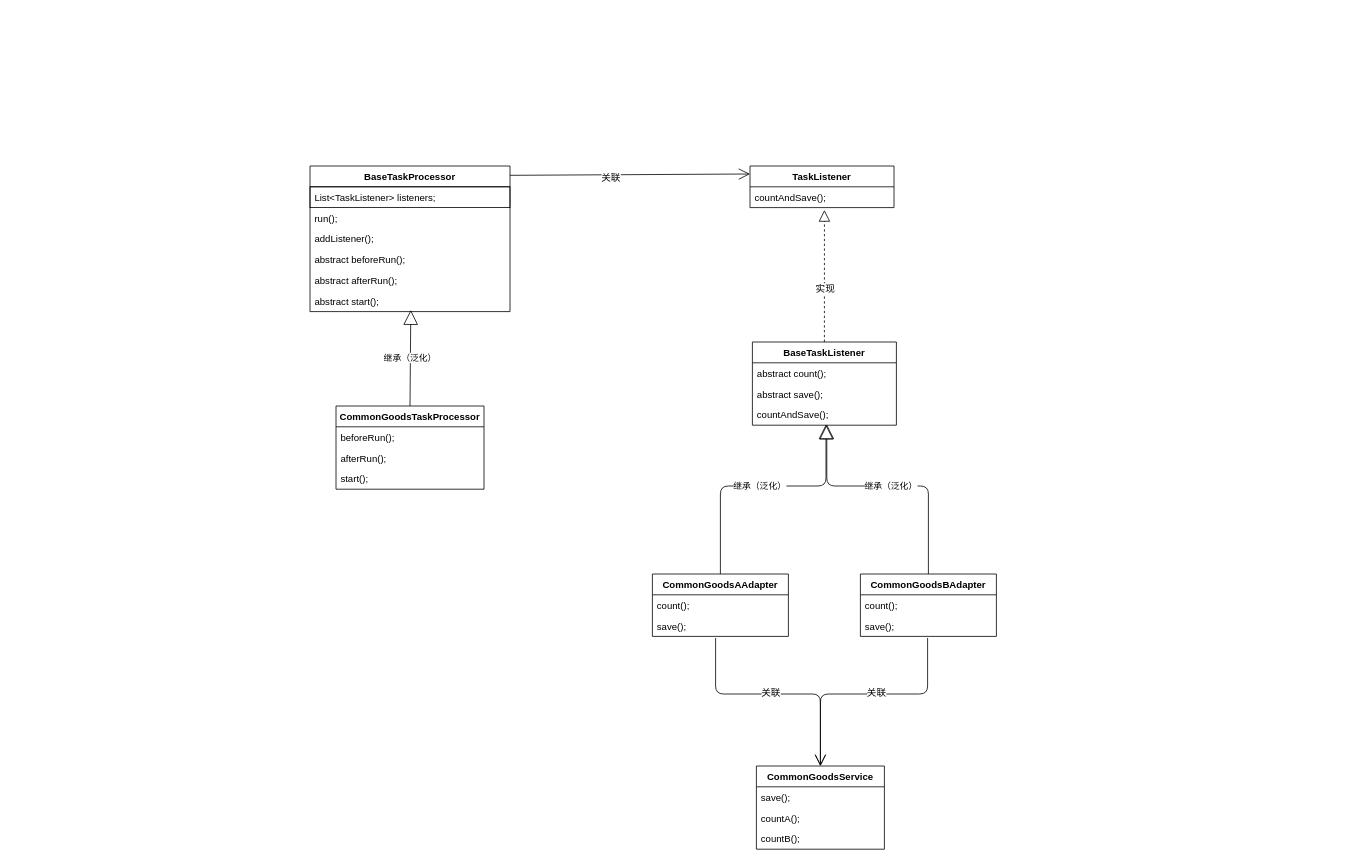
Earlier version of the draw.io diagram zzp.design.schedule.task/src/main/resources/UML类图/定时任务类图.drawio (karyzeng/share-design). Source tidied: cells renumbered, new cells numbered last; positions are measured from the earlier drawing's top-left corner, leaving out a move shared by most shapes. Both pictures are drawn from the tidied source at 80%, with x=0, y=0 at pixel (310, 166).
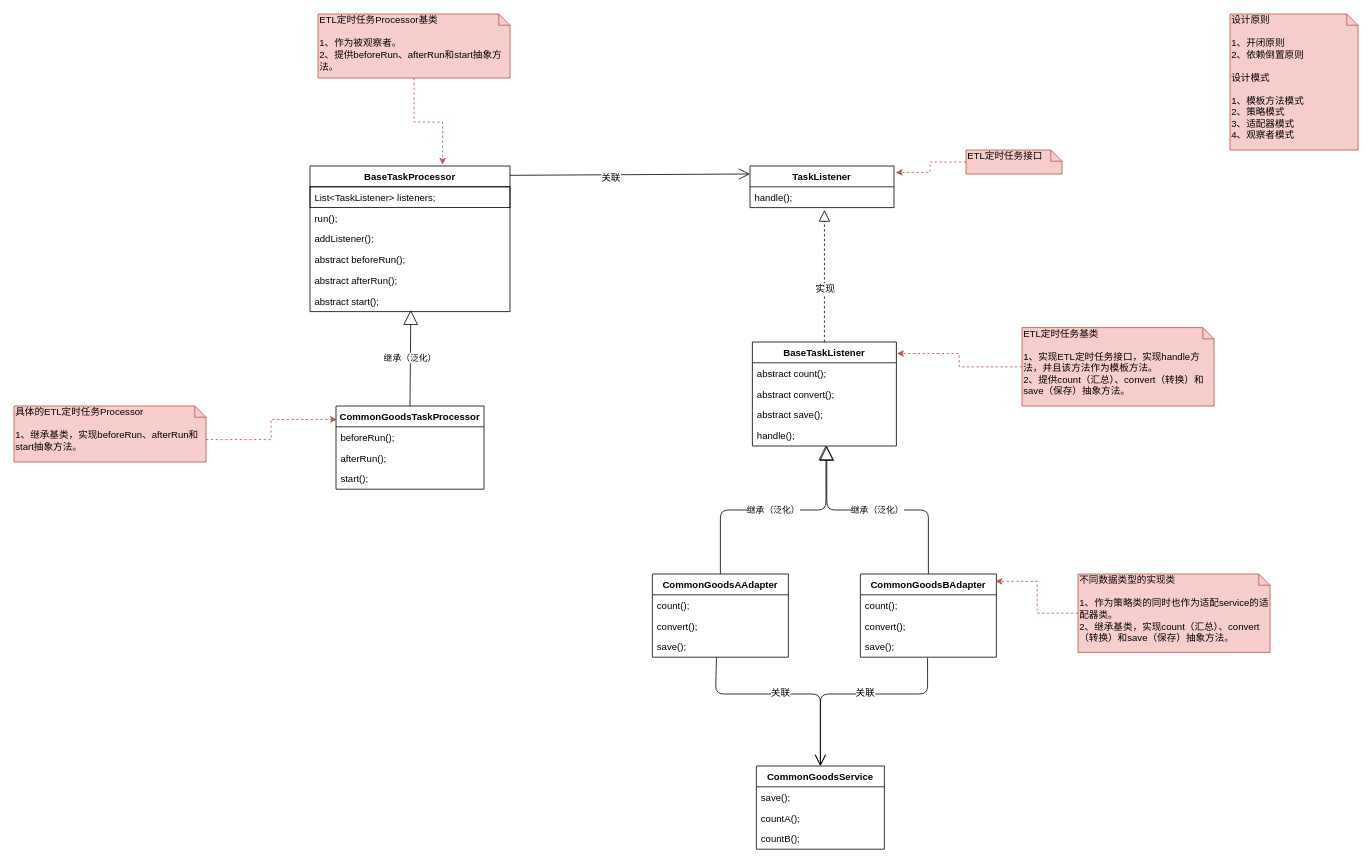
After the change.

Unchanged cells that the change refers to:
```xml
<mxCell id="2" value="BaseTaskProcessor" style="swimlane;fontStyle=1;align=center;verticalAlign=top;horizontal=1;startSize=26;" parent="1" vertex="1">
  <mxGeometry width="250" height="182" as="geometry" />
</mxCell>
<mxCell id="9" value="TaskListener" style="swimlane;fontStyle=1;align=center;verticalAlign=top;horizontal=1;startSize=26;" parent="1" vertex="1">
  <mxGeometry x="550" width="180" height="52" as="geometry" />
</mxCell>
<mxCell id="11" value="CommonGoodsService" style="swimlane;fontStyle=1;align=center;verticalAlign=top;horizontal=1;startSize=26;strokeColor=#000000;" parent="1" vertex="1">
  <mxGeometry x="558" y="750" width="160" height="104" as="geometry" />
</mxCell>
<mxCell id="27" value="CommonGoodsTaskProcessor" style="swimlane;fontStyle=1;align=center;verticalAlign=top;horizontal=1;startSize=26;strokeColor=#000000;" parent="1" vertex="1">
  <mxGeometry x="32.5" y="300" width="185" height="104" as="geometry" />
</mxCell>
```

Change to the diagram source:
```diff
@@
-    <mxCell id="10" value="countAndSave();" style="text;strokeColor=none;fillColor=none;align=left;verticalAlign=top;spacingLeft=4;spacingRight=4;overflow=hidden;points=[[0,0.5],[1,0.5]];portConstraint=eastwest;" parent="9" vertex="1">
+    <mxCell id="10" value="handle();" style="text;strokeColor=none;fillColor=none;align=left;verticalAlign=top;spacingLeft=4;spacingRight=4;overflow=hidden;points=[[0,0.5],[1,0.5]];portConstraint=eastwest;" parent="9" vertex="1">
       <mxGeometry y="26" width="180" height="26" as="geometry" />
     </mxCell>
@@
     <mxCell id="15" value="CommonGoodsAAdapter" style="swimlane;fontStyle=1;align=center;verticalAlign=top;horizontal=1;startSize=26;strokeColor=#000000;" parent="1" vertex="1">
-      <mxGeometry x="428" y="510" width="170" height="78" as="geometry" />
+      <mxGeometry x="428" y="510" width="170" height="104" as="geometry" />
     </mxCell>
@@
+    <mxCell id="40" value="convert();" style="text;strokeColor=none;fillColor=none;align=left;verticalAlign=top;spacingLeft=4;spacingRight=4;overflow=hidden;" parent="15" vertex="1">
+      <mxGeometry y="52" width="170" height="26" as="geometry" />
+    </mxCell>
     <mxCell id="17" value="save();" style="text;strokeColor=none;fillColor=none;align=left;verticalAlign=top;spacingLeft=4;spacingRight=4;overflow=hidden;points=[[0,0.5],[1,0.5]];portConstraint=eastwest;" parent="15" vertex="1">
-      <mxGeometry y="52" width="170" height="26" as="geometry" />
+      <mxGeometry y="78" width="170" height="26" as="geometry" />
     </mxCell>
     <mxCell id="18" value="CommonGoodsBAdapter" style="swimlane;fontStyle=1;align=center;verticalAlign=top;horizontal=1;startSize=26;strokeColor=#000000;" parent="1" vertex="1">
-      <mxGeometry x="688" y="510" width="170" height="78" as="geometry" />
+      <mxGeometry x="688" y="510" width="170" height="104" as="geometry" />
     </mxCell>
@@
+    <mxCell id="41" value="convert();" style="text;strokeColor=none;fillColor=none;align=left;verticalAlign=top;spacingLeft=4;spacingRight=4;overflow=hidden;" parent="18" vertex="1">
+      <mxGeometry y="52" width="170" height="26" as="geometry" />
+    </mxCell>
     <mxCell id="20" value="save();" style="text;strokeColor=none;fillColor=none;align=left;verticalAlign=top;spacingLeft=4;spacingRight=4;overflow=hidden;points=[[0,0.5],[1,0.5]];portConstraint=eastwest;" parent="18" vertex="1">
-      <mxGeometry y="52" width="170" height="26" as="geometry" />
+      <mxGeometry y="78" width="170" height="26" as="geometry" />
     </mxCell>
@@
-    <mxCell id="23" style="endArrow=open;endFill=1;endSize=12;html=1;entryX=0.5;entryY=0;entryDx=0;entryDy=0;" parent="1" edge="1" target="11">
+    <mxCell id="23" style="endArrow=open;endFill=1;endSize=12;html=1;entryX=0.5;entryY=0;entryDx=0;entryDy=0;exitX=0.471;exitY=1;exitDx=0;exitDy=0;exitPerimeter=0;" parent="1" edge="1" source="17" target="11">
       <mxGeometry relative="1" as="geometry">
-        <mxPoint x="507" y="590" as="sourcePoint" />
         <Array as="points">
           <mxPoint x="507" y="660" />
           <mxPoint x="638" y="660" />
         </Array>
       </mxGeometry>
     </mxCell>
@@
-    <mxCell id="25" style="endArrow=open;endFill=1;endSize=12;html=1;" parent="1" edge="1">
+    <mxCell id="25" style="endArrow=open;endFill=1;endSize=12;html=1;exitX=0.494;exitY=1.038;exitDx=0;exitDy=0;exitPerimeter=0;" parent="1" edge="1" source="20">
       <mxGeometry relative="1" as="geometry">
-        <mxPoint x="772" y="590" as="sourcePoint" />
         <mxPoint x="638" y="750" as="targetPoint" />
         <Array as="points">
           <mxPoint x="772" y="660" />
           <mxPoint x="638" y="660" />
         </Array>
       </mxGeometry>
     </mxCell>
@@
     <mxCell id="32" value="BaseTaskListener" style="swimlane;fontStyle=1;align=center;verticalAlign=top;horizontal=1;startSize=26;" parent="1" vertex="1">
-      <mxGeometry x="553" y="220" width="180" height="104" as="geometry" />
+      <mxGeometry x="553" y="220" width="180" height="130" as="geometry" />
     </mxCell>
@@
+    <mxCell id="42" value="abstract convert();" style="text;strokeColor=none;fillColor=none;align=left;verticalAlign=top;spacingLeft=4;spacingRight=4;overflow=hidden;" parent="32" vertex="1">
+      <mxGeometry y="52" width="180" height="26" as="geometry" />
+    </mxCell>
     <mxCell id="34" value="abstract save();" style="text;strokeColor=none;fillColor=none;align=left;verticalAlign=top;spacingLeft=4;spacingRight=4;overflow=hidden;" parent="32" vertex="1">
-      <mxGeometry y="52" width="180" height="26" as="geometry" />
+      <mxGeometry y="78" width="180" height="26" as="geometry" />
     </mxCell>
-    <mxCell id="35" value="countAndSave();" style="text;strokeColor=none;fillColor=none;align=left;verticalAlign=top;spacingLeft=4;spacingRight=4;overflow=hidden;points=[[0,0.5],[1,0.5]];portConstraint=eastwest;" parent="32" vertex="1">
-      <mxGeometry y="78" width="180" height="26" as="geometry" />
+    <mxCell id="35" value="handle();" style="text;strokeColor=none;fillColor=none;align=left;verticalAlign=top;spacingLeft=4;spacingRight=4;overflow=hidden;points=[[0,0.5],[1,0.5]];portConstraint=eastwest;" parent="32" vertex="1">
+      <mxGeometry y="104" width="180" height="26" as="geometry" />
     </mxCell>
@@
     <mxCell id="38" value="继承（泛化）" style="endArrow=block;endSize=16;endFill=0;html=1;entryX=0.511;entryY=0.962;entryDx=0;entryDy=0;entryPerimeter=0;exitX=0.5;exitY=0;exitDx=0;exitDy=0;" parent="1" edge="1" source="15" target="35">
       <mxGeometry relative="1" as="geometry">
         <Array as="points">
-          <mxPoint x="513" y="400" />
-          <mxPoint x="645" y="400" />
+          <mxPoint x="513" y="430" />
+          <mxPoint x="645" y="430" />
         </Array>
       </mxGeometry>
     </mxCell>
     <mxCell id="39" value="继承（泛化）" style="endArrow=block;endSize=16;endFill=0;html=1;exitX=0.5;exitY=0;exitDx=0;exitDy=0;" parent="1" edge="1" source="18">
       <mxGeometry relative="1" as="geometry">
-        <mxPoint x="646" y="323" as="targetPoint" />
+        <mxPoint x="646" y="350" as="targetPoint" />
         <Array as="points">
-          <mxPoint x="773" y="400" />
-          <mxPoint x="646" y="400" />
+          <mxPoint x="773" y="430" />
+          <mxPoint x="646" y="430" />
         </Array>
       </mxGeometry>
     </mxCell>
+    <mxCell id="43" style="edgeStyle=orthogonalEdgeStyle;rounded=0;jettySize=auto;html=1;exitX=0;exitY=0.5;exitDx=0;exitDy=0;exitPerimeter=0;entryX=1.012;entryY=0.154;entryDx=0;entryDy=0;entryPerimeter=0;dashed=1;fillColor=#f8cecc;strokeColor=#b85450;" parent="1" edge="1" source="44" target="9">
+      <mxGeometry relative="1" as="geometry" />
+    </mxCell>
+    <mxCell id="44" value="ETL定时任务接口" style="shape=note;whiteSpace=wrap;html=1;size=14;verticalAlign=top;align=left;spacingTop=-6;fillColor=#f8cecc;strokeColor=#b85450;" parent="1" vertex="1">
+      <mxGeometry x="820" y="-20" width="120" height="30" as="geometry" />
+    </mxCell>
+    <mxCell id="45" style="edgeStyle=orthogonalEdgeStyle;rounded=0;jettySize=auto;html=1;exitX=0;exitY=0.5;exitDx=0;exitDy=0;exitPerimeter=0;entryX=1.004;entryY=0.111;entryDx=0;entryDy=0;entryPerimeter=0;dashed=1;fillColor=#f8cecc;strokeColor=#b85450;" parent="1" edge="1" source="46" target="32">
+      <mxGeometry relative="1" as="geometry" />
+    </mxCell>
+    <mxCell id="46" value="ETL定时任务基类&lt;br&gt;&lt;br&gt;1、实现ETL定时任务接口，实现handle方法，并且该方法作为模板方法。&lt;br&gt;2、提供count（汇总）、convert（转换）和save（保存）抽象方法。" style="shape=note;whiteSpace=wrap;html=1;size=14;verticalAlign=top;align=left;spacingTop=-6;fillColor=#f8cecc;strokeColor=#b85450;" parent="1" vertex="1">
+      <mxGeometry x="890" y="202" width="240" height="98" as="geometry" />
+    </mxCell>
+    <mxCell id="47" value="设计原则&lt;br&gt;&lt;br&gt;1、开闭原则&lt;br&gt;2、依赖倒置原则&lt;br&gt;&lt;br&gt;设计模式&lt;br&gt;&lt;br&gt;1、模板方法模式&lt;br&gt;2、策略模式&lt;br&gt;3、适配器模式&lt;br&gt;4、观察者模式" style="shape=note;whiteSpace=wrap;html=1;size=14;verticalAlign=top;align=left;spacingTop=-6;fillColor=#f8cecc;strokeColor=#b85450;" parent="1" vertex="1">
+      <mxGeometry x="1150" y="-190" width="160" height="170" as="geometry" />
+    </mxCell>
+    <mxCell id="48" style="edgeStyle=orthogonalEdgeStyle;rounded=0;jettySize=auto;html=1;exitX=0;exitY=0.5;exitDx=0;exitDy=0;exitPerimeter=0;entryX=0.994;entryY=0.088;entryDx=0;entryDy=0;entryPerimeter=0;dashed=1;fillColor=#f8cecc;strokeColor=#b85450;" parent="1" edge="1" source="49" target="18">
+      <mxGeometry relative="1" as="geometry" />
+    </mxCell>
+    <mxCell id="49" value="不同数据类型的实现类&lt;br&gt;&lt;br&gt;1、作为策略类的同时也作为适配service的适配器类。&lt;br&gt;2、继承基类，实现count（汇总）、convert（转换）和save（保存）抽象方法。" style="shape=note;whiteSpace=wrap;html=1;size=14;verticalAlign=top;align=left;spacingTop=-6;fillColor=#f8cecc;strokeColor=#b85450;" parent="1" vertex="1">
+      <mxGeometry x="960" y="510" width="240" height="98" as="geometry" />
+    </mxCell>
+    <mxCell id="50" style="edgeStyle=orthogonalEdgeStyle;rounded=0;jettySize=auto;html=1;exitX=0.5;exitY=1;exitDx=0;exitDy=0;exitPerimeter=0;entryX=0.663;entryY=-0.009;entryDx=0;entryDy=0;entryPerimeter=0;dashed=1;fillColor=#f8cecc;strokeColor=#b85450;" parent="1" edge="1" source="51" target="2">
+      <mxGeometry relative="1" as="geometry" />
+    </mxCell>
+    <mxCell id="51" value="ETL定时任务Processor基类&lt;br&gt;&lt;br&gt;1、作为被观察者。&lt;br&gt;2、提供beforeRun、afterRun和start抽象方法。" style="shape=note;whiteSpace=wrap;html=1;size=14;verticalAlign=top;align=left;spacingTop=-6;fillColor=#f8cecc;strokeColor=#b85450;" parent="1" vertex="1">
+      <mxGeometry x="10" y="-190" width="240" height="80" as="geometry" />
+    </mxCell>
+    <mxCell id="52" style="edgeStyle=orthogonalEdgeStyle;rounded=0;jettySize=auto;html=1;exitX=0;exitY=0;exitDx=240;exitDy=42;exitPerimeter=0;entryX=0.007;entryY=0.162;entryDx=0;entryDy=0;entryPerimeter=0;dashed=1;fillColor=#f8cecc;strokeColor=#b85450;" parent="1" edge="1" source="53" target="27">
+      <mxGeometry relative="1" as="geometry" />
+    </mxCell>
+    <mxCell id="53" value="具体的ETL定时任务Processor&lt;br&gt;&lt;br&gt;1、继承基类，实现beforeRun、afterRun和start抽象方法。" style="shape=note;whiteSpace=wrap;html=1;size=14;verticalAlign=top;align=left;spacingTop=-6;fillColor=#f8cecc;strokeColor=#b85450;" parent="1" vertex="1">
+      <mxGeometry x="-370" y="300" width="240" height="70" as="geometry" />
+    </mxCell>
```
